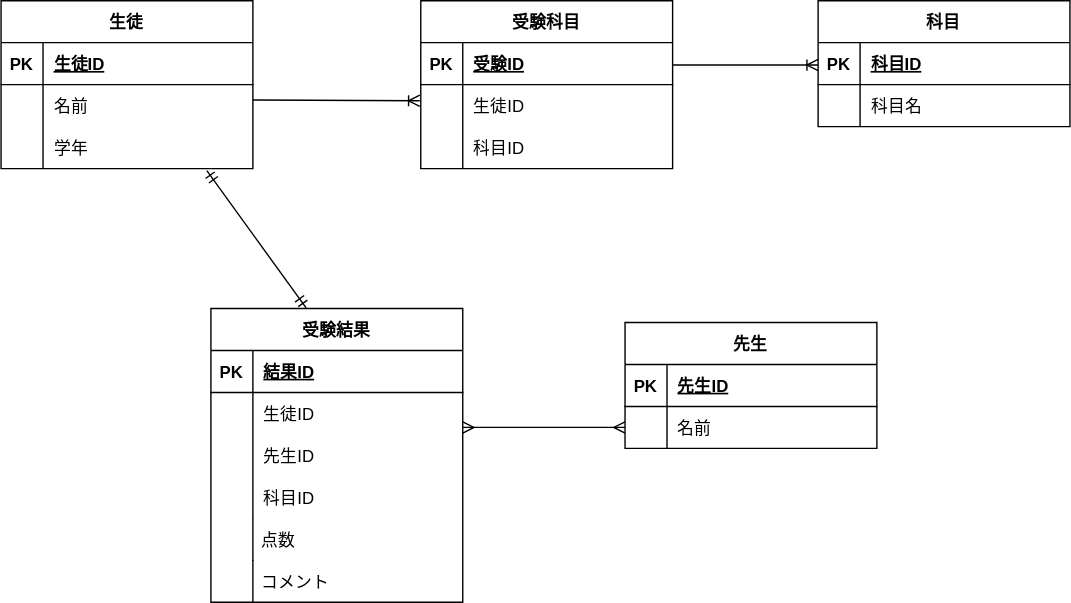
Earlier version of the draw.io export ER.drawio.svg (ohashi3589/20230217_ohashi). Source tidied: cells renumbered, new cells last; positions are measured from the earlier drawing's top-left corner, leaving out a move shared by most shapes.
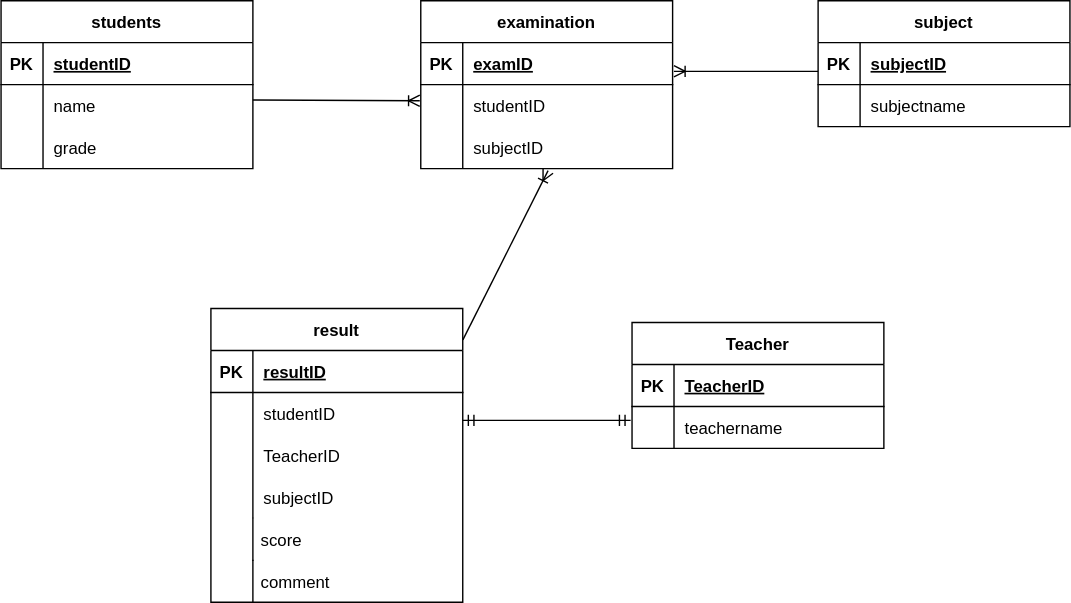
The same diagram one commit later.

The edit, as a diff of the source:
```diff
@@ -2,7 +2,7 @@
   <root>
     <mxCell id="0" />
     <mxCell id="1" parent="0" />
-    <mxCell id="2" value="生徒" style="shape=table;startSize=30;rowLines=0;fontStyle=1;align=center;" parent="1" vertex="1">
+    <mxCell id="2" value="students" style="shape=table;startSize=30;rowLines=0;fontStyle=1;align=center;" parent="1" vertex="1">
       <mxGeometry width="180" height="120" as="geometry" />
     </mxCell>
     <mxCell id="3" style="shape=tableRow;horizontal=0;startSize=0;swimlaneHead=0;swimlaneBody=0;fillColor=none;top=0;left=0;right=0;bottom=1;" parent="2" vertex="1">
@@ -11,7 +11,7 @@
     <mxCell id="4" value="PK" style="shape=partialRectangle;fillColor=none;top=0;left=0;bottom=0;right=0;fontStyle=1;overflow=hidden;" parent="3" vertex="1">
       <mxGeometry width="30" height="30" as="geometry" />
     </mxCell>
-    <mxCell id="5" value="生徒ID" style="shape=partialRectangle;fillColor=none;top=0;left=0;bottom=0;right=0;align=left;spacingLeft=6;fontStyle=5;overflow=hidden;" parent="3" vertex="1">
+    <mxCell id="5" value="studentID" style="shape=partialRectangle;fillColor=none;top=0;left=0;bottom=0;right=0;align=left;spacingLeft=6;fontStyle=5;overflow=hidden;" parent="3" vertex="1">
       <mxGeometry x="30" width="150" height="30" as="geometry" />
     </mxCell>
     <mxCell id="6" style="shape=tableRow;horizontal=0;startSize=0;swimlaneHead=0;swimlaneBody=0;fillColor=none;top=0;left=0;right=0;bottom=0;" parent="2" vertex="1">
@@ -20,7 +20,7 @@
     <mxCell id="7" style="shape=partialRectangle;fillColor=none;top=0;left=0;bottom=0;right=0;overflow=hidden;" parent="6" vertex="1">
       <mxGeometry width="30" height="30" as="geometry" />
     </mxCell>
-    <mxCell id="8" value="名前" style="shape=partialRectangle;fillColor=none;top=0;left=0;bottom=0;right=0;align=left;spacingLeft=6;overflow=hidden;" parent="6" vertex="1">
+    <mxCell id="8" value="name" style="shape=partialRectangle;fillColor=none;top=0;left=0;bottom=0;right=0;align=left;spacingLeft=6;overflow=hidden;" parent="6" vertex="1">
       <mxGeometry x="30" width="150" height="30" as="geometry" />
     </mxCell>
     <mxCell id="9" style="shape=tableRow;horizontal=0;startSize=0;swimlaneHead=0;swimlaneBody=0;fillColor=none;top=0;left=0;right=0;bottom=0;" parent="2" vertex="1">
@@ -29,10 +29,10 @@
     <mxCell id="10" style="shape=partialRectangle;fillColor=none;top=0;left=0;bottom=0;right=0;overflow=hidden;" parent="9" vertex="1">
       <mxGeometry width="30" height="30" as="geometry" />
     </mxCell>
-    <mxCell id="11" value="学年" style="shape=partialRectangle;fillColor=none;top=0;left=0;bottom=0;right=0;align=left;spacingLeft=6;overflow=hidden;" parent="9" vertex="1">
+    <mxCell id="11" value="grade" style="shape=partialRectangle;fillColor=none;top=0;left=0;bottom=0;right=0;align=left;spacingLeft=6;overflow=hidden;" parent="9" vertex="1">
       <mxGeometry x="30" width="150" height="30" as="geometry" />
     </mxCell>
-    <mxCell id="12" value="受験科目" style="shape=table;startSize=30;rowLines=0;fontStyle=1;align=center;strokeWidth=1;" parent="1" vertex="1">
+    <mxCell id="12" value="examination" style="shape=table;startSize=30;rowLines=0;fontStyle=1;align=center;strokeWidth=1;" parent="1" vertex="1">
       <mxGeometry x="300" width="180" height="120" as="geometry" />
     </mxCell>
     <mxCell id="13" style="shape=tableRow;horizontal=0;startSize=0;swimlaneHead=0;swimlaneBody=0;fillColor=none;top=0;left=0;right=0;bottom=1;strokeWidth=1;" parent="12" vertex="1">
@@ -41,7 +41,7 @@
     <mxCell id="14" value="PK" style="shape=partialRectangle;fillColor=none;top=0;left=0;bottom=0;right=0;fontStyle=1;overflow=hidden;strokeWidth=1;" parent="13" vertex="1">
       <mxGeometry width="30" height="30" as="geometry" />
     </mxCell>
-    <mxCell id="15" value="受験ID" style="shape=partialRectangle;fillColor=none;top=0;left=0;bottom=0;right=0;align=left;spacingLeft=6;fontStyle=5;overflow=hidden;strokeWidth=1;" parent="13" vertex="1">
+    <mxCell id="15" value="examID" style="shape=partialRectangle;fillColor=none;top=0;left=0;bottom=0;right=0;align=left;spacingLeft=6;fontStyle=5;overflow=hidden;strokeWidth=1;" parent="13" vertex="1">
       <mxGeometry x="30" width="150" height="30" as="geometry" />
     </mxCell>
     <mxCell id="16" style="shape=tableRow;horizontal=0;startSize=0;swimlaneHead=0;swimlaneBody=0;fillColor=none;top=0;left=0;right=0;bottom=0;strokeWidth=1;" parent="12" vertex="1">
@@ -50,7 +50,7 @@
     <mxCell id="17" style="shape=partialRectangle;fillColor=none;top=0;left=0;bottom=0;right=0;overflow=hidden;strokeWidth=1;" parent="16" vertex="1">
       <mxGeometry width="30" height="30" as="geometry" />
     </mxCell>
-    <mxCell id="18" value="生徒ID" style="shape=partialRectangle;fillColor=none;top=0;left=0;bottom=0;right=0;align=left;spacingLeft=6;overflow=hidden;strokeWidth=1;" parent="16" vertex="1">
+    <mxCell id="18" value="studentID" style="shape=partialRectangle;fillColor=none;top=0;left=0;bottom=0;right=0;align=left;spacingLeft=6;overflow=hidden;strokeWidth=1;" parent="16" vertex="1">
       <mxGeometry x="30" width="150" height="30" as="geometry" />
     </mxCell>
     <mxCell id="19" style="shape=tableRow;horizontal=0;startSize=0;swimlaneHead=0;swimlaneBody=0;fillColor=none;top=0;left=0;right=0;bottom=0;strokeWidth=1;" parent="12" vertex="1">
@@ -59,10 +59,10 @@
     <mxCell id="20" style="shape=partialRectangle;fillColor=none;top=0;left=0;bottom=0;right=0;overflow=hidden;strokeWidth=1;" parent="19" vertex="1">
       <mxGeometry width="30" height="30" as="geometry" />
     </mxCell>
-    <mxCell id="21" value="科目ID" style="shape=partialRectangle;fillColor=none;top=0;left=0;bottom=0;right=0;align=left;spacingLeft=6;overflow=hidden;strokeWidth=1;" parent="19" vertex="1">
+    <mxCell id="21" value="subjectID" style="shape=partialRectangle;fillColor=none;top=0;left=0;bottom=0;right=0;align=left;spacingLeft=6;overflow=hidden;strokeWidth=1;" parent="19" vertex="1">
       <mxGeometry x="30" width="150" height="30" as="geometry" />
     </mxCell>
-    <mxCell id="22" value="科目" style="shape=table;startSize=30;rowLines=0;fontStyle=1;align=center;strokeWidth=1;" parent="1" vertex="1">
+    <mxCell id="22" value="subject" style="shape=table;startSize=30;rowLines=0;fontStyle=1;align=center;strokeWidth=1;" parent="1" vertex="1">
       <mxGeometry x="584" width="180" height="90" as="geometry" />
     </mxCell>
     <mxCell id="23" style="shape=tableRow;horizontal=0;startSize=0;swimlaneHead=0;swimlaneBody=0;fillColor=none;top=0;left=0;right=0;bottom=1;strokeWidth=1;" parent="22" vertex="1">
@@ -71,7 +71,7 @@
     <mxCell id="24" value="PK" style="shape=partialRectangle;fillColor=none;top=0;left=0;bottom=0;right=0;fontStyle=1;overflow=hidden;strokeWidth=1;" parent="23" vertex="1">
       <mxGeometry width="30" height="30" as="geometry" />
     </mxCell>
-    <mxCell id="25" value="科目ID" style="shape=partialRectangle;fillColor=none;top=0;left=0;bottom=0;right=0;align=left;spacingLeft=6;fontStyle=5;overflow=hidden;strokeWidth=1;" parent="23" vertex="1">
+    <mxCell id="25" value="subjectID" style="shape=partialRectangle;fillColor=none;top=0;left=0;bottom=0;right=0;align=left;spacingLeft=6;fontStyle=5;overflow=hidden;strokeWidth=1;" parent="23" vertex="1">
       <mxGeometry x="30" width="150" height="30" as="geometry" />
     </mxCell>
     <mxCell id="26" style="shape=tableRow;horizontal=0;startSize=0;swimlaneHead=0;swimlaneBody=0;fillColor=none;top=0;left=0;right=0;bottom=0;strokeWidth=1;" parent="22" vertex="1">
@@ -80,10 +80,10 @@
     <mxCell id="27" style="shape=partialRectangle;fillColor=none;top=0;left=0;bottom=0;right=0;overflow=hidden;strokeWidth=1;" parent="26" vertex="1">
       <mxGeometry width="30" height="30" as="geometry" />
     </mxCell>
-    <mxCell id="28" value="科目名" style="shape=partialRectangle;fillColor=none;top=0;left=0;bottom=0;right=0;align=left;spacingLeft=6;overflow=hidden;strokeWidth=1;" parent="26" vertex="1">
+    <mxCell id="28" value="subjectname" style="shape=partialRectangle;fillColor=none;top=0;left=0;bottom=0;right=0;align=left;spacingLeft=6;overflow=hidden;strokeWidth=1;" parent="26" vertex="1">
       <mxGeometry x="30" width="150" height="30" as="geometry" />
     </mxCell>
-    <mxCell id="29" value="受験結果" style="shape=table;startSize=30;rowLines=0;fontStyle=1;align=center;strokeWidth=1;" parent="1" vertex="1">
+    <mxCell id="29" value="result" style="shape=table;startSize=30;rowLines=0;fontStyle=1;align=center;strokeWidth=1;" parent="1" vertex="1">
       <mxGeometry x="150" y="220" width="180" height="210" as="geometry" />
     </mxCell>
     <mxCell id="30" style="shape=tableRow;horizontal=0;startSize=0;swimlaneHead=0;swimlaneBody=0;fillColor=none;top=0;left=0;right=0;bottom=1;strokeWidth=1;" parent="29" vertex="1">
@@ -92,7 +92,7 @@
     <mxCell id="31" value="PK" style="shape=partialRectangle;fillColor=none;top=0;left=0;bottom=0;right=0;fontStyle=1;overflow=hidden;strokeWidth=1;" parent="30" vertex="1">
       <mxGeometry width="30" height="30" as="geometry" />
     </mxCell>
-    <mxCell id="32" value="結果ID" style="shape=partialRectangle;fillColor=none;top=0;left=0;bottom=0;right=0;align=left;spacingLeft=6;fontStyle=5;overflow=hidden;strokeWidth=1;" parent="30" vertex="1">
+    <mxCell id="32" value="resultID" style="shape=partialRectangle;fillColor=none;top=0;left=0;bottom=0;right=0;align=left;spacingLeft=6;fontStyle=5;overflow=hidden;strokeWidth=1;" parent="30" vertex="1">
       <mxGeometry x="30" width="150" height="30" as="geometry" />
     </mxCell>
     <mxCell id="33" style="shape=tableRow;horizontal=0;startSize=0;swimlaneHead=0;swimlaneBody=0;fillColor=none;top=0;left=0;right=0;bottom=0;strokeWidth=1;" parent="29" vertex="1">
@@ -101,7 +101,7 @@
     <mxCell id="34" style="shape=partialRectangle;fillColor=none;top=0;left=0;bottom=0;right=0;overflow=hidden;strokeWidth=1;" parent="33" vertex="1">
       <mxGeometry width="30" height="30" as="geometry" />
     </mxCell>
-    <mxCell id="35" value="生徒ID" style="shape=partialRectangle;fillColor=none;top=0;left=0;bottom=0;right=0;align=left;spacingLeft=6;overflow=hidden;strokeWidth=0;" parent="33" vertex="1">
+    <mxCell id="35" value="studentID" style="shape=partialRectangle;fillColor=none;top=0;left=0;bottom=0;right=0;align=left;spacingLeft=6;overflow=hidden;strokeWidth=0;" parent="33" vertex="1">
       <mxGeometry x="30" width="150" height="30" as="geometry" />
     </mxCell>
     <mxCell id="36" style="shape=tableRow;horizontal=0;startSize=0;swimlaneHead=0;swimlaneBody=0;fillColor=none;top=0;left=0;right=0;bottom=0;strokeWidth=1;" parent="29" vertex="1">
@@ -110,7 +110,7 @@
     <mxCell id="37" style="shape=partialRectangle;fillColor=none;top=0;left=0;bottom=0;right=0;overflow=hidden;strokeWidth=1;" parent="36" vertex="1">
       <mxGeometry width="30" height="30" as="geometry" />
     </mxCell>
-    <mxCell id="38" value="先生ID" style="shape=partialRectangle;fillColor=none;top=0;left=0;bottom=0;right=0;align=left;spacingLeft=6;overflow=hidden;strokeWidth=1;" parent="36" vertex="1">
+    <mxCell id="38" value="TeacherID" style="shape=partialRectangle;fillColor=none;top=0;left=0;bottom=0;right=0;align=left;spacingLeft=6;overflow=hidden;strokeWidth=1;" parent="36" vertex="1">
       <mxGeometry x="30" width="150" height="30" as="geometry" />
     </mxCell>
     <mxCell id="39" style="shape=tableRow;horizontal=0;startSize=0;swimlaneHead=0;swimlaneBody=0;fillColor=none;top=0;left=0;right=0;bottom=0;strokeWidth=1;swimlaneLine=1;" parent="29" vertex="1">
@@ -119,17 +119,17 @@
     <mxCell id="40" style="shape=partialRectangle;fillColor=none;top=0;left=0;bottom=0;right=0;overflow=hidden;strokeWidth=1;" parent="39" vertex="1">
       <mxGeometry width="30" height="30" as="geometry" />
     </mxCell>
-    <mxCell id="41" value="科目ID" style="shape=partialRectangle;fillColor=none;top=0;left=0;bottom=0;right=0;align=left;spacingLeft=6;overflow=hidden;strokeWidth=1;" parent="39" vertex="1">
+    <mxCell id="41" value="subjectID" style="shape=partialRectangle;fillColor=none;top=0;left=0;bottom=0;right=0;align=left;spacingLeft=6;overflow=hidden;strokeWidth=1;" parent="39" vertex="1">
       <mxGeometry x="30" width="150" height="30" as="geometry" />
     </mxCell>
-    <mxCell id="42" value=" 点数" style="shape=partialRectangle;fillColor=none;align=left;verticalAlign=middle;strokeColor=none;spacingLeft=34;strokeWidth=1;" parent="1" vertex="1">
+    <mxCell id="42" value=" score" style="shape=partialRectangle;fillColor=none;align=left;verticalAlign=middle;strokeColor=none;spacingLeft=34;strokeWidth=1;" parent="1" vertex="1">
       <mxGeometry x="150" y="370" width="90" height="30" as="geometry" />
     </mxCell>
     <mxCell id="43" style="shape=partialRectangle;top=0;left=0;bottom=0;fillColor=none;stokeWidth=1;align=left;verticalAlign=middle;spacingLeft=4;spacingRight=4;overflow=hidden;strokeWidth=1;" parent="42" vertex="1">
       <mxGeometry width="30" height="30" as="geometry" />
     </mxCell>
-    <mxCell id="44" value="先生" style="shape=table;startSize=30;rowLines=0;fontStyle=1;align=center;strokeWidth=1;" parent="1" vertex="1">
-      <mxGeometry x="446" y="230" width="180" height="90" as="geometry" />
+    <mxCell id="44" value="Teacher" style="shape=table;startSize=30;rowLines=0;fontStyle=1;align=center;strokeWidth=1;" parent="1" vertex="1">
+      <mxGeometry x="451" y="230" width="180" height="90" as="geometry" />
     </mxCell>
     <mxCell id="45" style="shape=tableRow;horizontal=0;startSize=0;swimlaneHead=0;swimlaneBody=0;fillColor=none;top=0;left=0;right=0;bottom=1;strokeWidth=1;" parent="44" vertex="1">
       <mxGeometry y="30" width="180" height="30" as="geometry" />
@@ -137,7 +137,7 @@
     <mxCell id="46" value="PK" style="shape=partialRectangle;fillColor=none;top=0;left=0;bottom=0;right=0;fontStyle=1;overflow=hidden;strokeWidth=1;" parent="45" vertex="1">
       <mxGeometry width="30" height="30" as="geometry" />
     </mxCell>
-    <mxCell id="47" value="先生ID" style="shape=partialRectangle;fillColor=none;top=0;left=0;bottom=0;right=0;align=left;spacingLeft=6;fontStyle=5;overflow=hidden;strokeWidth=1;" parent="45" vertex="1">
+    <mxCell id="47" value="TeacherID" style="shape=partialRectangle;fillColor=none;top=0;left=0;bottom=0;right=0;align=left;spacingLeft=6;fontStyle=5;overflow=hidden;strokeWidth=1;" parent="45" vertex="1">
       <mxGeometry x="30" width="150" height="30" as="geometry" />
     </mxCell>
     <mxCell id="48" style="shape=tableRow;horizontal=0;startSize=0;swimlaneHead=0;swimlaneBody=0;fillColor=none;points=[[0,0.5],[1,0.5]];portConstraint=eastwest;top=0;left=0;right=0;bottom=0;strokeWidth=1;" parent="44" vertex="1">
@@ -146,37 +146,38 @@
     <mxCell id="49" style="shape=partialRectangle;fillColor=none;top=0;left=0;bottom=0;right=0;overflow=hidden;strokeWidth=1;" parent="48" vertex="1">
       <mxGeometry width="30" height="30" as="geometry" />
     </mxCell>
-    <mxCell id="50" value="名前" style="shape=partialRectangle;fillColor=none;top=0;left=0;bottom=0;right=0;align=left;spacingLeft=6;overflow=hidden;strokeWidth=1;" parent="48" vertex="1">
+    <mxCell id="50" value="teachername" style="shape=partialRectangle;fillColor=none;top=0;left=0;bottom=0;right=0;align=left;spacingLeft=6;overflow=hidden;strokeWidth=1;" parent="48" vertex="1">
       <mxGeometry x="30" width="150" height="30" as="geometry" />
     </mxCell>
-    <mxCell id="51" value=" コメント" style="shape=partialRectangle;fillColor=none;align=left;verticalAlign=middle;strokeColor=none;spacingLeft=34;strokeWidth=1;" parent="1" vertex="1">
+    <mxCell id="51" value=" comment" style="shape=partialRectangle;fillColor=none;align=left;verticalAlign=middle;strokeColor=none;spacingLeft=34;strokeWidth=1;" parent="1" vertex="1">
       <mxGeometry x="150" y="400" width="90" height="30" as="geometry" />
     </mxCell>
     <mxCell id="52" style="shape=partialRectangle;top=0;left=0;bottom=0;fillColor=none;stokeWidth=1;align=left;verticalAlign=middle;spacingLeft=4;spacingRight=4;overflow=hidden;strokeWidth=1;" parent="51" vertex="1">
       <mxGeometry width="30" height="30" as="geometry" />
     </mxCell>
-    <mxCell id="53" style="fontSize=12;html=1;endArrow=ERoneToMany;entryX=0;entryY=0.5;entryDx=0;entryDy=0;" parent="1" edge="1">
-      <mxGeometry relative="1" as="geometry">
-        <mxPoint x="480" y="46" as="sourcePoint" />
-        <mxPoint x="584" y="46" as="targetPoint" />
-      </mxGeometry>
-    </mxCell>
-    <mxCell id="54" style="fontSize=12;html=1;endArrow=ERmany;startArrow=ERmany;entryX=0;entryY=0.5;entryDx=0;entryDy=0;" parent="1" edge="1" target="48">
-      <mxGeometry relative="1" as="geometry">
-        <mxPoint x="330" y="305" as="sourcePoint" />
-      </mxGeometry>
-    </mxCell>
     <mxCell id="55" style="fontSize=12;html=1;endArrow=ERoneToMany;entryX=-0.004;entryY=0.352;entryDx=0;entryDy=0;entryPerimeter=0;" parent="1" edge="1">
       <mxGeometry relative="1" as="geometry">
         <mxPoint x="180" y="71" as="sourcePoint" />
         <mxPoint x="299.3" y="71.6" as="targetPoint" />
       </mxGeometry>
     </mxCell>
-    <mxCell id="56" style="fontSize=12;html=1;endArrow=ERmandOne;startArrow=ERmandOne;entryX=0.317;entryY=-0.002;entryDx=0;entryDy=0;entryPerimeter=0;exitX=0.756;exitY=1.05;exitDx=0;exitDy=0;exitPerimeter=0;" parent="1" edge="1">
+    <mxCell id="56" style="fontSize=12;html=1;endArrow=ERmandOne;startArrow=ERmandOne;" parent="1" edge="1">
       <mxGeometry relative="1" as="geometry">
-        <mxPoint x="147.1" y="121.5" as="sourcePoint" />
-        <mxPoint x="218.1" y="219.6" as="targetPoint" />
+        <mxPoint x="330" y="300" as="sourcePoint" />
+        <mxPoint x="450" y="300" as="targetPoint" />
       </mxGeometry>
     </mxCell>
+    <mxCell id="57" style="fontSize=12;html=1;endArrow=ERoneToMany;entryX=-0.017;entryY=0.283;entryDx=0;entryDy=0;entryPerimeter=0;exitX=-0.006;exitY=0.283;exitDx=0;exitDy=0;exitPerimeter=0;" parent="1" edge="1">
+      <mxGeometry relative="1" as="geometry">
+        <mxPoint x="583.9" y="50.5" as="sourcePoint" />
+        <mxPoint x="480.9" y="50.5" as="targetPoint" />
+      </mxGeometry>
+    </mxCell>
+    <mxCell id="58" style="fontSize=12;html=1;endArrow=ERoneToMany;exitX=1.006;exitY=0.107;exitDx=0;exitDy=0;exitPerimeter=0;entryX=0.511;entryY=1.05;entryDx=0;entryDy=0;entryPerimeter=0;" parent="1" edge="1">
+      <mxGeometry relative="1" as="geometry">
+        <mxPoint x="330.1" y="242.5" as="sourcePoint" />
+        <mxPoint x="391" y="121.5" as="targetPoint" />
+      </mxGeometry>
+    </mxCell>
   </root>
 </mxGraphModel>
```
